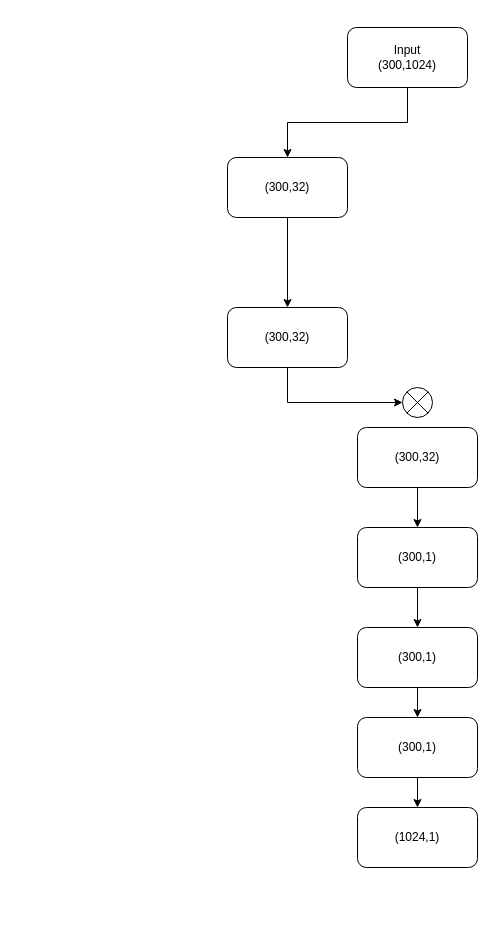
Before: MIVL.drawio in limengzhu3211/draw, a draw.io diagram. Source tidied: cells renumbered, new cells numbered last; positions are measured from the earlier drawing's top-left corner, leaving out a move shared by most shapes. Both pictures are drawn from the tidied source at 100%, with x=0, y=0 at pixel (227, 27).
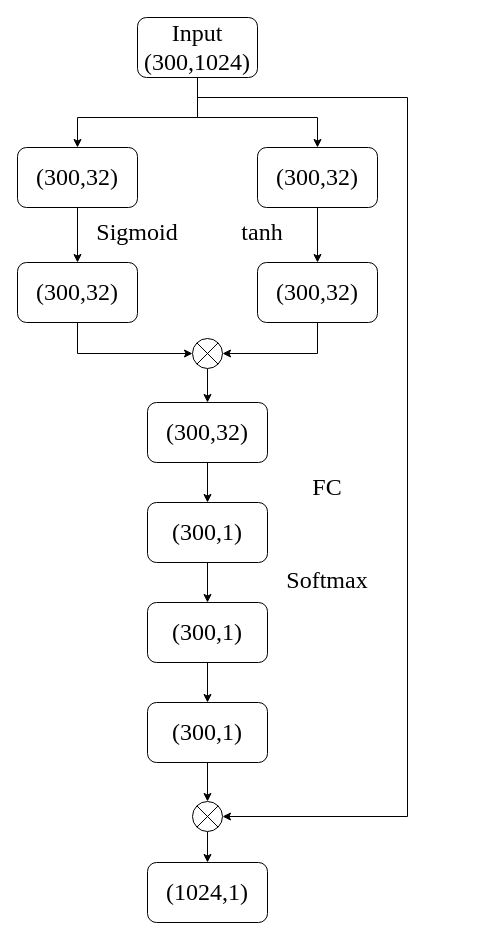
After the change.

The edit, as a diff of the source:
```diff
@@
-    <mxCell id="2" value="Input&lt;br&gt;(300,1024)" style="rounded=1;whiteSpace=wrap;html=1;" parent="1" vertex="1">
-      <mxGeometry x="120" width="120" height="60" as="geometry" />
+    <mxCell id="2" value="&lt;font style=&quot;font-size: 24px&quot; face=&quot;Times New Roman&quot;&gt;Input&lt;br&gt;(300,1024)&lt;/font&gt;" style="rounded=1;whiteSpace=wrap;html=1;" parent="1" vertex="1">
+      <mxGeometry x="-90" y="-10" width="120" height="60" as="geometry" />
     </mxCell>
@@
-    <mxCell id="4" value="(300,32)" style="rounded=1;whiteSpace=wrap;html=1;" parent="1" vertex="1">
-      <mxGeometry y="130" width="120" height="60" as="geometry" />
+    <mxCell id="4" value="&lt;font style=&quot;font-size: 24px&quot; face=&quot;Times New Roman&quot;&gt;(300,32)&lt;/font&gt;" style="rounded=1;whiteSpace=wrap;html=1;" parent="1" vertex="1">
+      <mxGeometry x="-210" y="120" width="120" height="60" as="geometry" />
     </mxCell>
-    <mxCell id="5" value="(300,32)" style="rounded=1;whiteSpace=wrap;html=1;" parent="1" vertex="1">
-      <mxGeometry y="280" width="120" height="60" as="geometry" />
+    <mxCell id="5" value="&lt;font face=&quot;Times New Roman&quot; style=&quot;font-size: 24px&quot;&gt;(300,32)&lt;/font&gt;" style="rounded=1;whiteSpace=wrap;html=1;" parent="1" vertex="1">
+      <mxGeometry x="-210" y="235" width="120" height="60" as="geometry" />
     </mxCell>
@@
-    <mxCell id="7" value="&lt;span&gt;(300,32)&lt;/span&gt;" style="rounded=1;whiteSpace=wrap;html=1;" parent="1" vertex="1">
-      <mxGeometry x="130" y="400" width="120" height="60" as="geometry" />
+    <mxCell id="7" value="&lt;span&gt;&lt;font style=&quot;font-size: 24px&quot; face=&quot;Times New Roman&quot;&gt;(300,32)&lt;/font&gt;&lt;/span&gt;" style="rounded=1;whiteSpace=wrap;html=1;" parent="1" vertex="1">
+      <mxGeometry x="-80" y="375" width="120" height="60" as="geometry" />
     </mxCell>
     <mxCell id="8" style="endArrow=classic;html=1;rounded=0;edgeStyle=orthogonalEdgeStyle;exitX=0.5;exitY=1;exitDx=0;exitDy=0;entryX=0.5;entryY=0;entryDx=0;entryDy=0;" parent="1" edge="1" source="2" target="4">
-      <mxGeometry relative="1" as="geometry" />
+      <mxGeometry relative="1" as="geometry">
+        <Array as="points">
+          <mxPoint x="-30" y="90" />
+          <mxPoint x="-150" y="90" />
+        </Array>
+      </mxGeometry>
     </mxCell>
@@
-    <mxCell id="10" value="&lt;span&gt;(300,1)&lt;/span&gt;" style="rounded=1;whiteSpace=wrap;html=1;" parent="1" vertex="1">
-      <mxGeometry x="130" y="500" width="120" height="60" as="geometry" />
+    <mxCell id="10" value="&lt;span&gt;&lt;font style=&quot;font-size: 24px&quot; face=&quot;Times New Roman&quot;&gt;(300,1)&lt;/font&gt;&lt;/span&gt;" style="rounded=1;whiteSpace=wrap;html=1;" parent="1" vertex="1">
+      <mxGeometry x="-80" y="475" width="120" height="60" as="geometry" />
     </mxCell>
@@
-    <mxCell id="12" value="&lt;span&gt;(300,1)&lt;/span&gt;" style="rounded=1;whiteSpace=wrap;html=1;" parent="1" vertex="1">
-      <mxGeometry x="130" y="600" width="120" height="60" as="geometry" />
+    <mxCell id="12" value="&lt;span&gt;&lt;font face=&quot;Times New Roman&quot; style=&quot;font-size: 24px&quot;&gt;(300,1)&lt;/font&gt;&lt;/span&gt;" style="rounded=1;whiteSpace=wrap;html=1;" parent="1" vertex="1">
+      <mxGeometry x="-80" y="575" width="120" height="60" as="geometry" />
     </mxCell>
-    <mxCell id="13" style="edgeStyle=orthogonalEdgeStyle;rounded=0;jettySize=auto;html=1;" parent="1" edge="1" source="14" target="15">
+    <mxCell id="13" style="edgeStyle=orthogonalEdgeStyle;rounded=0;jettySize=auto;html=1;entryX=0.5;entryY=0;entryDx=0;entryDy=0;" parent="1" edge="1" source="14" target="27">
       <mxGeometry relative="1" as="geometry" />
     </mxCell>
-    <mxCell id="14" value="&lt;span&gt;(300,1)&lt;/span&gt;" style="rounded=1;whiteSpace=wrap;html=1;" parent="1" vertex="1">
-      <mxGeometry x="130" y="690" width="120" height="60" as="geometry" />
+    <mxCell id="14" value="&lt;span&gt;&lt;font face=&quot;Times New Roman&quot; style=&quot;font-size: 24px&quot;&gt;(300,1)&lt;/font&gt;&lt;/span&gt;" style="rounded=1;whiteSpace=wrap;html=1;" parent="1" vertex="1">
+      <mxGeometry x="-80" y="675" width="120" height="60" as="geometry" />
     </mxCell>
-    <mxCell id="15" value="&lt;span&gt;(1024,1)&lt;/span&gt;" style="rounded=1;whiteSpace=wrap;html=1;" parent="1" vertex="1">
-      <mxGeometry x="130" y="780" width="120" height="60" as="geometry" />
+    <mxCell id="15" value="&lt;span&gt;&lt;font face=&quot;Times New Roman&quot; style=&quot;font-size: 24px&quot;&gt;(1024,1)&lt;/font&gt;&lt;/span&gt;" style="rounded=1;whiteSpace=wrap;html=1;" parent="1" vertex="1">
+      <mxGeometry x="-80" y="835" width="120" height="60" as="geometry" />
     </mxCell>
+    <mxCell id="20" style="edgeStyle=orthogonalEdgeStyle;rounded=0;jettySize=auto;html=1;" parent="1" edge="1" source="16" target="7">
+      <mxGeometry relative="1" as="geometry" />
+    </mxCell>
     <mxCell id="16" style="ellipse;whiteSpace=wrap;html=1;" parent="1" vertex="1">
-      <mxGeometry x="175" y="360" width="30" height="30" as="geometry" />
+      <mxGeometry x="-35" y="311" width="30" height="30" as="geometry" />
     </mxCell>
@@
+    <mxCell id="21" style="edgeStyle=orthogonalEdgeStyle;rounded=0;jettySize=auto;html=1;" parent="1" edge="1" source="22" target="23">
+      <mxGeometry relative="1" as="geometry" />
+    </mxCell>
+    <mxCell id="22" value="&lt;font style=&quot;font-size: 24px&quot; face=&quot;Times New Roman&quot;&gt;(300,32)&lt;/font&gt;" style="rounded=1;whiteSpace=wrap;html=1;" parent="1" vertex="1">
+      <mxGeometry x="30" y="120" width="120" height="60" as="geometry" />
+    </mxCell>
+    <mxCell id="23" value="&lt;font face=&quot;Times New Roman&quot; style=&quot;font-size: 24px&quot;&gt;(300,32)&lt;/font&gt;" style="rounded=1;whiteSpace=wrap;html=1;" parent="1" vertex="1">
+      <mxGeometry x="30" y="235" width="120" height="60" as="geometry" />
+    </mxCell>
+    <mxCell id="24" style="endArrow=classic;html=1;rounded=0;edgeStyle=orthogonalEdgeStyle;exitX=0.5;exitY=1;exitDx=0;exitDy=0;entryX=0.5;entryY=0;entryDx=0;entryDy=0;" parent="1" edge="1" source="2" target="22">
+      <mxGeometry relative="1" as="geometry">
+        <Array as="points">
+          <mxPoint x="-30" y="90" />
+          <mxPoint x="90" y="90" />
+        </Array>
+      </mxGeometry>
+    </mxCell>
+    <mxCell id="25" style="endArrow=classic;html=1;rounded=0;edgeStyle=orthogonalEdgeStyle;exitX=0.5;exitY=1;exitDx=0;exitDy=0;entryX=1;entryY=0.5;entryDx=0;entryDy=0;" parent="1" edge="1" source="23" target="16">
+      <mxGeometry relative="1" as="geometry" />
+    </mxCell>
+    <mxCell id="26" style="edgeStyle=orthogonalEdgeStyle;rounded=0;jettySize=auto;html=1;" parent="1" edge="1" source="27" target="15">
+      <mxGeometry relative="1" as="geometry" />
+    </mxCell>
+    <mxCell id="27" style="ellipse;whiteSpace=wrap;html=1;" parent="1" vertex="1">
+      <mxGeometry x="-35" y="774" width="30" height="30" as="geometry" />
+    </mxCell>
+    <mxCell id="28" style="endArrow=none;html=1;rounded=0;edgeStyle=orthogonalEdgeStyle;exitX=0;exitY=0;exitDx=0;exitDy=0;entryX=1;entryY=1;entryDx=0;entryDy=0;" parent="1" edge="1" source="27" target="27">
+      <mxGeometry relative="1" as="geometry" />
+    </mxCell>
+    <mxCell id="29" style="endArrow=none;html=1;rounded=0;edgeStyle=orthogonalEdgeStyle;exitX=0;exitY=1;exitDx=0;exitDy=0;entryX=1;entryY=0;entryDx=0;entryDy=0;" parent="1" edge="1" source="27" target="27">
+      <mxGeometry relative="1" as="geometry" />
+    </mxCell>
+    <mxCell id="30" style="endArrow=classic;html=1;rounded=0;edgeStyle=orthogonalEdgeStyle;entryX=1;entryY=0.5;entryDx=0;entryDy=0;" parent="1" edge="1" target="27">
+      <mxGeometry relative="1" as="geometry">
+        <mxPoint x="-30" y="70" as="sourcePoint" />
+        <Array as="points">
+          <mxPoint x="180" y="70" />
+          <mxPoint x="180" y="789" />
+        </Array>
+      </mxGeometry>
+    </mxCell>
+    <mxCell id="31" value="&lt;font style=&quot;font-size: 24px&quot; face=&quot;Times New Roman&quot;&gt;Sigmoid&lt;/font&gt;" style="text;html=1;strokeColor=none;fillColor=none;align=center;verticalAlign=middle;whiteSpace=wrap;rounded=0;" parent="1" vertex="1">
+      <mxGeometry x="-140" y="190" width="100" height="30" as="geometry" />
+    </mxCell>
+    <mxCell id="32" value="&lt;font face=&quot;Times New Roman&quot; style=&quot;font-size: 24px&quot;&gt;tanh&lt;/font&gt;" style="text;html=1;strokeColor=none;fillColor=none;align=center;verticalAlign=middle;whiteSpace=wrap;rounded=0;" parent="1" vertex="1">
+      <mxGeometry y="190" width="70" height="30" as="geometry" />
+    </mxCell>
+    <mxCell id="33" value="&lt;font style=&quot;font-size: 24px&quot; face=&quot;Times New Roman&quot;&gt;FC&lt;/font&gt;" style="text;html=1;strokeColor=none;fillColor=none;align=center;verticalAlign=middle;whiteSpace=wrap;rounded=0;" parent="1" vertex="1">
+      <mxGeometry x="70" y="445" width="60" height="30" as="geometry" />
+    </mxCell>
+    <mxCell id="34" value="&lt;font style=&quot;font-size: 24px&quot; face=&quot;Times New Roman&quot;&gt;Softmax&lt;/font&gt;" style="text;html=1;strokeColor=none;fillColor=none;align=center;verticalAlign=middle;whiteSpace=wrap;rounded=0;" parent="1" vertex="1">
+      <mxGeometry x="60" y="535" width="80" height="35" as="geometry" />
+    </mxCell>
```
